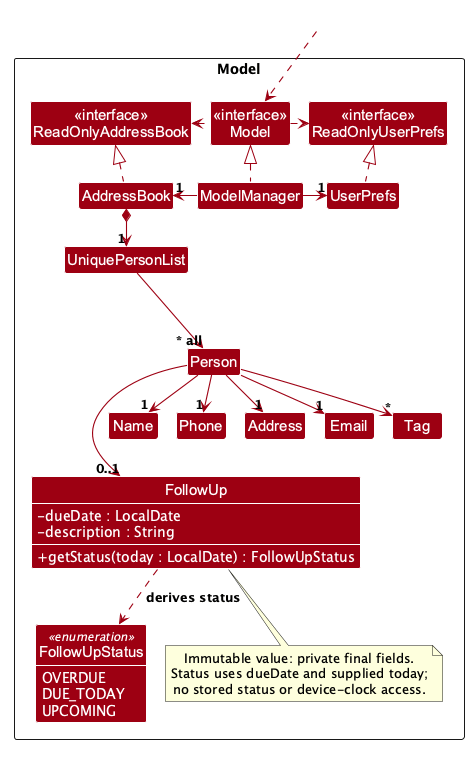
This is docs/images/ModelClassDiagram.png from AY2627S1-CS2103T-W13-3/tp, a PlantUML export, as it was before one commit.
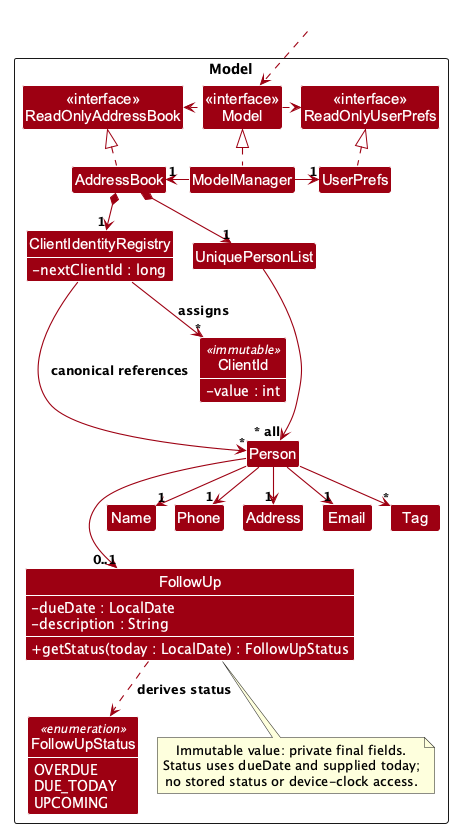
Above is the later version.

Diff of the diagram source:
```diff
@@ -12,6 +12,12 @@
 Class "<<interface>>\nReadOnlyUserPrefs" as ReadOnlyUserPrefs
 Class "<<interface>>\nModel" as Model
 Class AddressBook
+Class ClientIdentityRegistry {
+- nextClientId : long
+}
+Class ClientId <<immutable>> {
+- value : int
+}
 Class ModelManager
 Class UserPrefs
 
@@ -55,6 +61,9 @@
 UserPrefs .up.|> ReadOnlyUserPrefs
 
 AddressBook *--> "1" UniquePersonList
+AddressBook *--> "1" ClientIdentityRegistry
+ClientIdentityRegistry --> "*" ClientId : assigns
+ClientIdentityRegistry --> "*" Person : canonical references
 UniquePersonList --> "~* all" Person
 Person --> "1" Name
 Person --> "1" Phone
@@ -64,6 +73,8 @@
 Person --> "0..1" FollowUp
 FollowUp ..> FollowUpStatus : derives status
 
+show ClientIdentityRegistry fields
+show ClientId fields
 show FollowUp fields
 show FollowUp methods
 show FollowUpStatus fields
```
